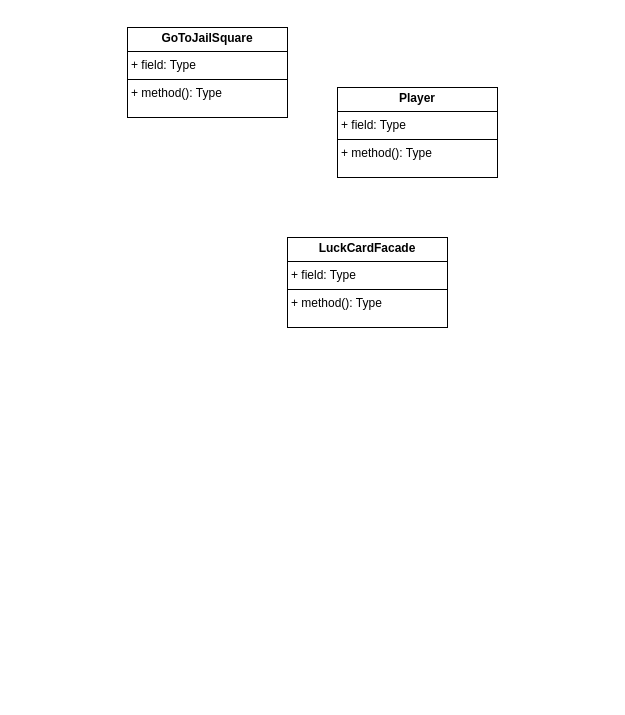
antonykimuom/SWEN30006-2025-SM1-workshop1-tuew05-14-00-team-12 keeps this draw.io diagram as workshop7-week8.drawio. Above is the earlier version. Source tidied: cells renumbered, new cells numbered last; positions are measured from the earlier drawing's top-left corner, leaving out a move shared by most shapes. Both pictures are drawn from the tidied source at 100%, with x=0, y=0 at pixel (127, 27).
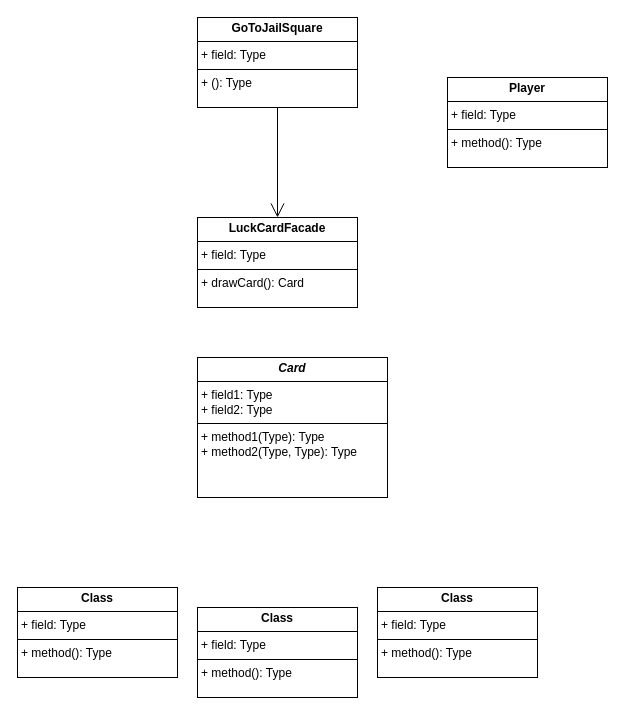
The same page after the edit.

Diff of the diagram source:
```diff
@@
 <mxGraphModel>
   <root>
     <mxCell id="0" />
     <mxCell id="1" parent="0" />
-    <mxCell id="2" value="&lt;p style=&quot;margin:0px;margin-top:4px;text-align:center;&quot;&gt;&lt;b&gt;LuckCardFacade&lt;/b&gt;&lt;/p&gt;&lt;hr size=&quot;1&quot; style=&quot;border-style:solid;&quot;&gt;&lt;p style=&quot;margin:0px;margin-left:4px;&quot;&gt;+ field: Type&lt;/p&gt;&lt;hr size=&quot;1&quot; style=&quot;border-style:solid;&quot;&gt;&lt;p style=&quot;margin:0px;margin-left:4px;&quot;&gt;+ method(): Type&lt;/p&gt;" style="verticalAlign=top;align=left;overflow=fill;html=1;whiteSpace=wrap;" parent="1" vertex="1">
-      <mxGeometry x="160" y="210" width="160" height="90" as="geometry" />
+    <mxCell id="2" value="&lt;p style=&quot;margin:0px;margin-top:4px;text-align:center;&quot;&gt;&lt;b&gt;LuckCardFacade&lt;/b&gt;&lt;/p&gt;&lt;hr size=&quot;1&quot; style=&quot;border-style:solid;&quot;&gt;&lt;p style=&quot;margin:0px;margin-left:4px;&quot;&gt;+ field: Type&lt;/p&gt;&lt;hr size=&quot;1&quot; style=&quot;border-style:solid;&quot;&gt;&lt;p style=&quot;margin:0px;margin-left:4px;&quot;&gt;+ drawCard(): Card&lt;/p&gt;" style="verticalAlign=top;align=left;overflow=fill;html=1;whiteSpace=wrap;" parent="1" vertex="1">
+      <mxGeometry x="70" y="190" width="160" height="90" as="geometry" />
     </mxCell>
-    <mxCell id="3" value="&lt;p style=&quot;margin:0px;margin-top:4px;text-align:center;&quot;&gt;&lt;b&gt;GoToJailSquare&lt;/b&gt;&lt;/p&gt;&lt;hr size=&quot;1&quot; style=&quot;border-style:solid;&quot;&gt;&lt;p style=&quot;margin:0px;margin-left:4px;&quot;&gt;+ field: Type&lt;/p&gt;&lt;hr size=&quot;1&quot; style=&quot;border-style:solid;&quot;&gt;&lt;p style=&quot;margin:0px;margin-left:4px;&quot;&gt;+ method(): Type&lt;/p&gt;" style="verticalAlign=top;align=left;overflow=fill;html=1;whiteSpace=wrap;" parent="1" vertex="1">
-      <mxGeometry width="160" height="90" as="geometry" />
+    <mxCell id="3" value="&lt;p style=&quot;margin:0px;margin-top:4px;text-align:center;&quot;&gt;&lt;b&gt;GoToJailSquare&lt;/b&gt;&lt;/p&gt;&lt;hr size=&quot;1&quot; style=&quot;border-style:solid;&quot;&gt;&lt;p style=&quot;margin:0px;margin-left:4px;&quot;&gt;+ field: Type&lt;/p&gt;&lt;hr size=&quot;1&quot; style=&quot;border-style:solid;&quot;&gt;&lt;p style=&quot;margin:0px;margin-left:4px;&quot;&gt;+ (): Type&lt;/p&gt;" style="verticalAlign=top;align=left;overflow=fill;html=1;whiteSpace=wrap;" parent="1" vertex="1">
+      <mxGeometry x="70" y="-10" width="160" height="90" as="geometry" />
     </mxCell>
     <mxCell id="4" value="&lt;p style=&quot;margin:0px;margin-top:4px;text-align:center;&quot;&gt;&lt;b&gt;Player&lt;/b&gt;&lt;/p&gt;&lt;hr size=&quot;1&quot; style=&quot;border-style:solid;&quot;&gt;&lt;p style=&quot;margin:0px;margin-left:4px;&quot;&gt;+ field: Type&lt;/p&gt;&lt;hr size=&quot;1&quot; style=&quot;border-style:solid;&quot;&gt;&lt;p style=&quot;margin:0px;margin-left:4px;&quot;&gt;+ method(): Type&lt;/p&gt;" style="verticalAlign=top;align=left;overflow=fill;html=1;whiteSpace=wrap;" parent="1" vertex="1">
-      <mxGeometry x="210" y="60" width="160" height="90" as="geometry" />
+      <mxGeometry x="320" y="50" width="160" height="90" as="geometry" />
     </mxCell>
+    <mxCell id="5" style="endArrow=open;endFill=1;endSize=12;html=1;rounded=0;exitX=0.5;exitY=1;exitDx=0;exitDy=0;entryX=0.5;entryY=0;entryDx=0;entryDy=0;" parent="1" edge="1" source="3" target="2">
+      <mxGeometry relative="1" as="geometry" />
+    </mxCell>
+    <mxCell id="6" value="&lt;p style=&quot;margin:0px;margin-top:4px;text-align:center;&quot;&gt;&lt;b&gt;&lt;i&gt;Card&lt;/i&gt;&lt;/b&gt;&lt;/p&gt;&lt;hr size=&quot;1&quot; style=&quot;border-style:solid;&quot;&gt;&lt;p style=&quot;margin:0px;margin-left:4px;&quot;&gt;+ field1: Type&lt;br&gt;+ field2: Type&lt;/p&gt;&lt;hr size=&quot;1&quot; style=&quot;border-style:solid;&quot;&gt;&lt;p style=&quot;margin:0px;margin-left:4px;&quot;&gt;+ method1(Type): Type&lt;br&gt;+ method2(Type, Type): Type&lt;/p&gt;" style="verticalAlign=top;align=left;overflow=fill;html=1;whiteSpace=wrap;" parent="1" vertex="1">
+      <mxGeometry x="70" y="330" width="190" height="140" as="geometry" />
+    </mxCell>
+    <mxCell id="7" value="&lt;p style=&quot;margin:0px;margin-top:4px;text-align:center;&quot;&gt;&lt;b&gt;Class&lt;/b&gt;&lt;/p&gt;&lt;hr size=&quot;1&quot; style=&quot;border-style:solid;&quot;/&gt;&lt;p style=&quot;margin:0px;margin-left:4px;&quot;&gt;+ field: Type&lt;/p&gt;&lt;hr size=&quot;1&quot; style=&quot;border-style:solid;&quot;/&gt;&lt;p style=&quot;margin:0px;margin-left:4px;&quot;&gt;+ method(): Type&lt;/p&gt;" style="verticalAlign=top;align=left;overflow=fill;html=1;whiteSpace=wrap;" parent="1" vertex="1">
+      <mxGeometry x="250" y="560" width="160" height="90" as="geometry" />
+    </mxCell>
+    <mxCell id="8" value="&lt;p style=&quot;margin:0px;margin-top:4px;text-align:center;&quot;&gt;&lt;b&gt;Class&lt;/b&gt;&lt;/p&gt;&lt;hr size=&quot;1&quot; style=&quot;border-style:solid;&quot;/&gt;&lt;p style=&quot;margin:0px;margin-left:4px;&quot;&gt;+ field: Type&lt;/p&gt;&lt;hr size=&quot;1&quot; style=&quot;border-style:solid;&quot;/&gt;&lt;p style=&quot;margin:0px;margin-left:4px;&quot;&gt;+ method(): Type&lt;/p&gt;" style="verticalAlign=top;align=left;overflow=fill;html=1;whiteSpace=wrap;" parent="1" vertex="1">
+      <mxGeometry x="70" y="580" width="160" height="90" as="geometry" />
+    </mxCell>
+    <mxCell id="9" value="&lt;p style=&quot;margin:0px;margin-top:4px;text-align:center;&quot;&gt;&lt;b&gt;Class&lt;/b&gt;&lt;/p&gt;&lt;hr size=&quot;1&quot; style=&quot;border-style:solid;&quot;/&gt;&lt;p style=&quot;margin:0px;margin-left:4px;&quot;&gt;+ field: Type&lt;/p&gt;&lt;hr size=&quot;1&quot; style=&quot;border-style:solid;&quot;/&gt;&lt;p style=&quot;margin:0px;margin-left:4px;&quot;&gt;+ method(): Type&lt;/p&gt;" style="verticalAlign=top;align=left;overflow=fill;html=1;whiteSpace=wrap;" parent="1" vertex="1">
+      <mxGeometry x="-110" y="560" width="160" height="90" as="geometry" />
+    </mxCell>
   </root>
 </mxGraphModel>
```
